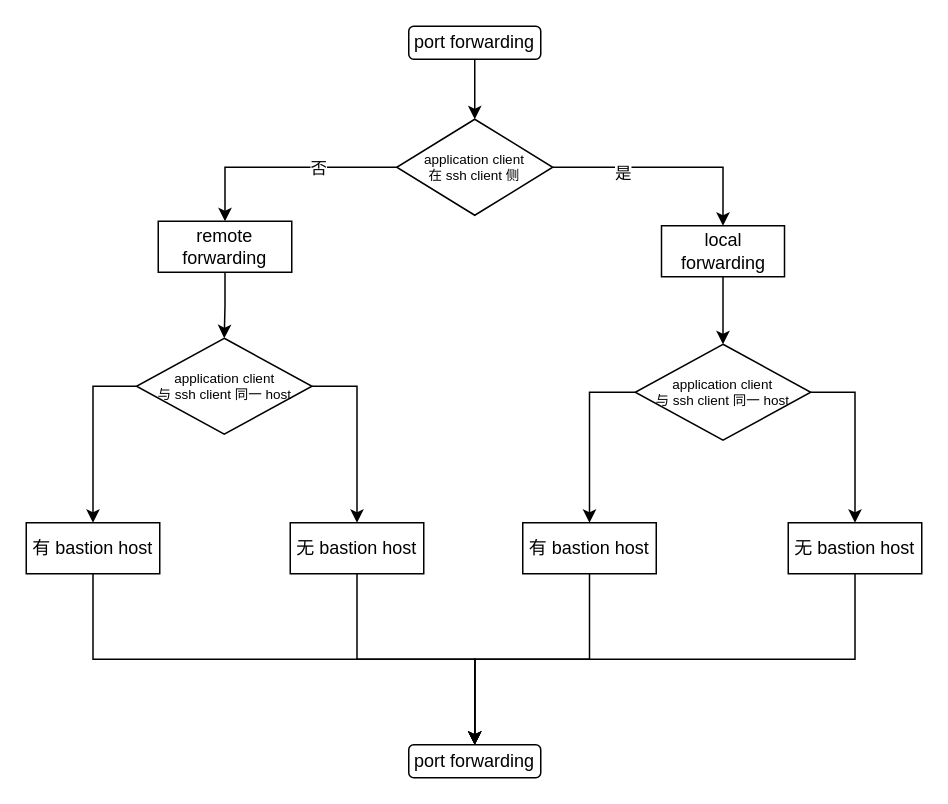
This is network.drawio from gaohongy/drawio, a draw.io file, before an edit. Source tidied: cells renumbered, new cells numbered last; positions are measured from the earlier drawing's top-left corner, leaving out a move shared by most shapes. Both pictures are drawn from the tidied source at 150%, with x=0, y=0 at pixel (26, 26).
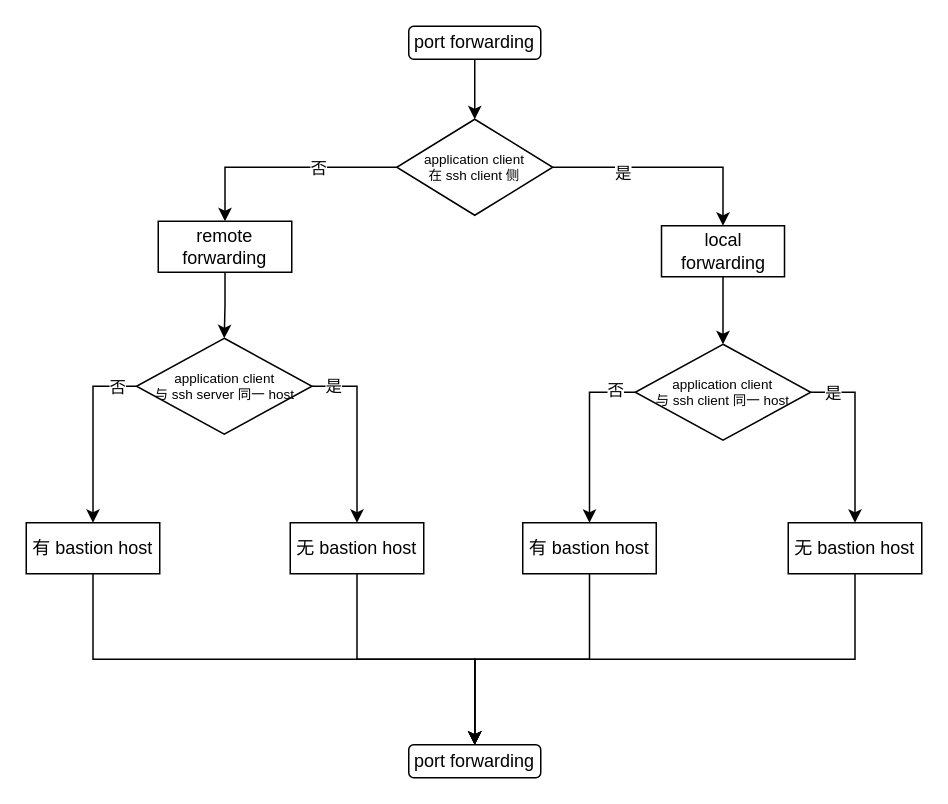
Above is the later version.

The change refers to these unchanged cells:
```xml
<mxCell id="13" style="edgeStyle=orthogonalEdgeStyle;rounded=0;jettySize=auto;html=1;exitX=1;exitY=0.5;exitDx=0;exitDy=0;" parent="1" edge="1" source="15" target="22">
  <mxGeometry relative="1" as="geometry" />
</mxCell>
<mxCell id="14" style="edgeStyle=orthogonalEdgeStyle;rounded=0;jettySize=auto;html=1;exitX=0;exitY=0.5;exitDx=0;exitDy=0;entryX=0.5;entryY=0;entryDx=0;entryDy=0;" parent="1" edge="1" source="15" target="20">
  <mxGeometry relative="1" as="geometry" />
</mxCell>
<mxCell id="16" style="edgeStyle=orthogonalEdgeStyle;rounded=0;jettySize=auto;html=1;exitX=1;exitY=0.5;exitDx=0;exitDy=0;entryX=0.5;entryY=0;entryDx=0;entryDy=0;" parent="1" edge="1" source="18" target="26">
  <mxGeometry relative="1" as="geometry" />
</mxCell>
<mxCell id="17" style="edgeStyle=orthogonalEdgeStyle;rounded=0;jettySize=auto;html=1;exitX=0;exitY=0.5;exitDx=0;exitDy=0;entryX=0.5;entryY=0;entryDx=0;entryDy=0;" parent="1" edge="1" source="18" target="24">
  <mxGeometry relative="1" as="geometry" />
</mxCell>
```

The edit, as a diff of the source:
```diff
@@
+    <mxCell id="28" value="是" style="edgeLabel;html=1;align=center;verticalAlign=middle;" parent="13" vertex="1">
+      <mxGeometry x="-0.76" relative="1" as="geometry" />
+    </mxCell>
@@
+    <mxCell id="29" value="否" style="edgeLabel;html=1;align=center;verticalAlign=middle;" parent="14" vertex="1">
+      <mxGeometry x="-0.66" y="-3" relative="1" as="geometry">
+        <mxPoint x="6" y="1" as="offset" />
+      </mxGeometry>
+    </mxCell>
@@
+    <mxCell id="30" value="是" style="edgeLabel;html=1;align=center;verticalAlign=middle;" parent="16" vertex="1">
+      <mxGeometry x="-0.79" y="1" relative="1" as="geometry">
+        <mxPoint x="1" as="offset" />
+      </mxGeometry>
+    </mxCell>
@@
+    <mxCell id="31" value="否" style="edgeLabel;html=1;align=center;verticalAlign=middle;" parent="17" vertex="1">
+      <mxGeometry x="-0.76" relative="1" as="geometry">
+        <mxPoint x="1" as="offset" />
+      </mxGeometry>
+    </mxCell>
-    <mxCell id="18" value="application client &lt;br&gt;与 ssh client 同一 host" style="rhombus;whiteSpace=wrap;html=1;fontSize=9;" parent="1" vertex="1">
+    <mxCell id="18" value="application client &lt;br&gt;与 ssh server 同一 host" style="rhombus;whiteSpace=wrap;html=1;fontSize=9;" parent="1" vertex="1">
       <mxGeometry x="73.5" y="208" width="117" height="64" as="geometry" />
     </mxCell>
```
